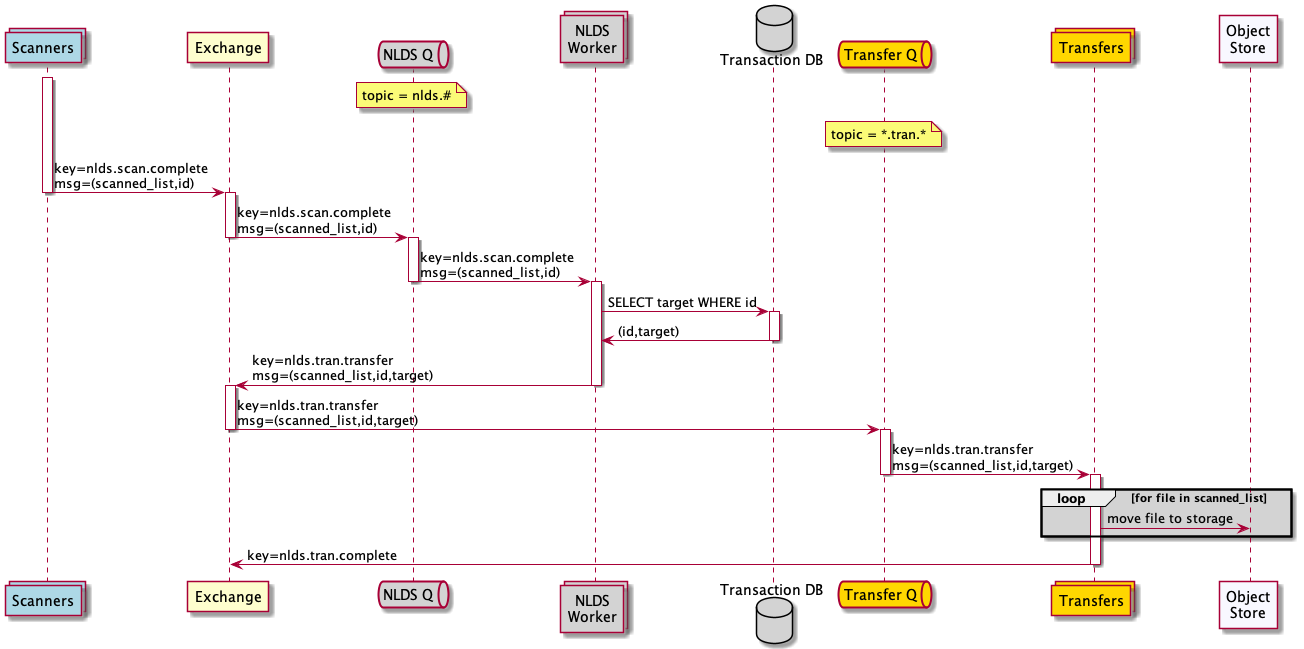
Earlier version of the PlantUML export doc/uml/message_flow_put2.png (cedadev/nlds).
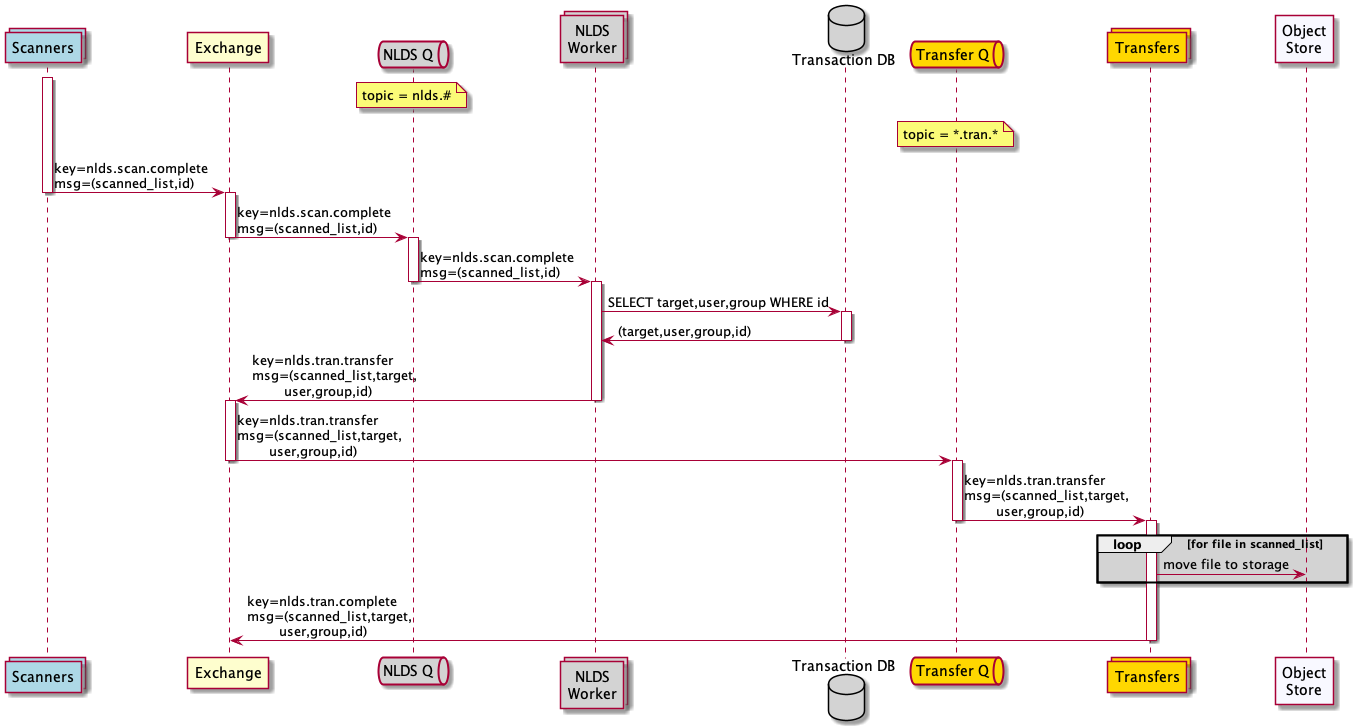
After the change.

Commit message:
Updated message flow again

Change to the diagram source:
```diff
@@ -29,23 +29,23 @@
 qw -> work : key=nlds.scan.complete\nmsg=(scanned_list,id)
 deactivate qw
 activate work
-work -> iddb : SELECT target WHERE id
+work -> iddb : SELECT target,user,group WHERE id
 activate iddb
-iddb -> work : (id,target)
+iddb -> work : (target,user,group,id)
 deactivate iddb
-work -> wex  : key=nlds.tran.transfer\nmsg=(scanned_list,id,target)
+work -> wex  : key=nlds.tran.transfer\nmsg=(scanned_list,target,\n\tuser,group,id)
 deactivate work
 activate wex
-wex -> qt : key=nlds.tran.transfer\nmsg=(scanned_list,id,target)
+wex -> qt : key=nlds.tran.transfer\nmsg=(scanned_list,target,\n\tuser,group,id)
 deactivate wex
 activate qt
-qt -> tran : key=nlds.tran.transfer\nmsg=(scanned_list,id,target)
+qt -> tran : key=nlds.tran.transfer\nmsg=(scanned_list,target,\n\tuser,group,id)
 deactivate qt
 
 activate tran
 loop #lightgrey for file in scanned_list
     tran -> obj : move file to storage
 end
-tran -> wex : key=nlds.tran.complete
+tran -> wex : key=nlds.tran.complete\nmsg=(scanned_list,target,\n\tuser,group,id)
 deactivate tran
 @enduml
```
